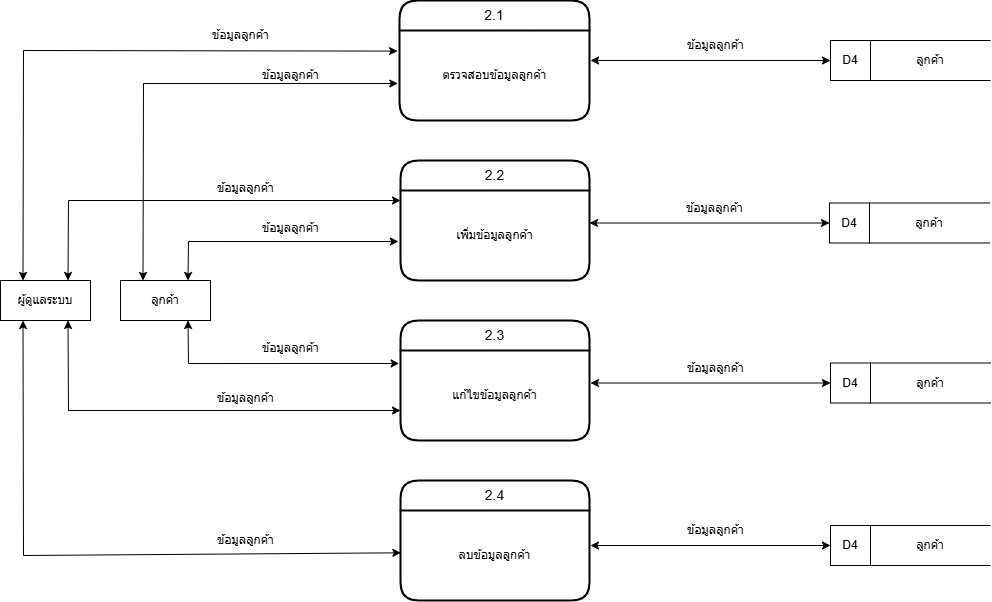
This is docx/diagrams/dataflow-lvl1-2.drawio.png from MrLuciana/devaree_project, a draw.io export, as it was before one commit. Source tidied: cells renumbered, new cells last; positions are measured from the earlier drawing's top-left corner, leaving out a move shared by most shapes.
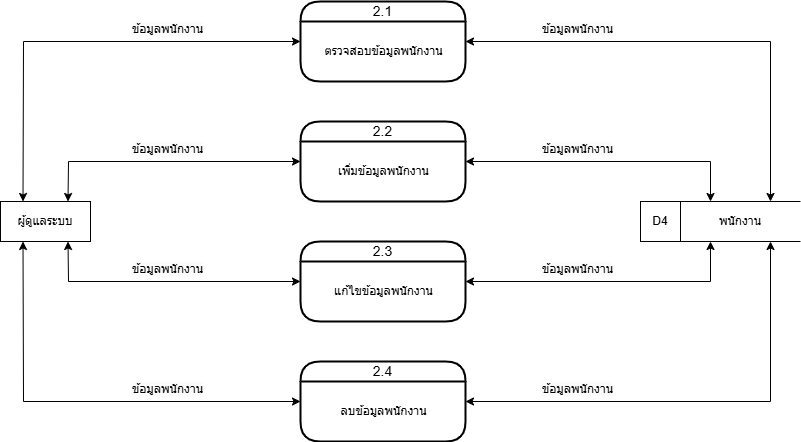
The same diagram one commit later.

What changed in the source:
```diff
@@ -3,161 +3,117 @@
     <mxCell id="0" />
     <mxCell id="1" parent="0" />
     <mxCell id="2" value="ผู้ดูแลระบบ" style="rounded=0;whiteSpace=wrap;html=1;" parent="1" vertex="1">
-      <mxGeometry y="280" width="90" height="40" as="geometry" />
+      <mxGeometry x="110" y="280" width="90" height="40" as="geometry" />
     </mxCell>
-    <mxCell id="3" value="2.1" style="swimlane;horizontal=1;startSize=30;rounded=1;fontSize=14;fontStyle=0;strokeWidth=2;shadow=0;dashed=0;align=center;arcSize=20;whiteSpace=wrap;html=1;swimlaneLine=1;glass=0;" parent="1" vertex="1">
-      <mxGeometry x="399" width="190" height="120" as="geometry" />
+    <mxCell id="3" value="2.1" style="swimlane;horizontal=1;startSize=20;rounded=1;fontSize=14;fontStyle=0;strokeWidth=2;shadow=0;dashed=0;align=center;arcSize=37;whiteSpace=wrap;html=1;" parent="1" vertex="1">
+      <mxGeometry x="410" y="80" width="165" height="80" as="geometry" />
     </mxCell>
-    <mxCell id="4" value="ตรวจสอบข้อมูลลูกค้า" style="text;html=1;align=center;verticalAlign=middle;points=[];strokeColor=none;fillColor=none;" parent="3" vertex="1">
-      <mxGeometry y="30" width="190" height="90" as="geometry" />
-    </mxCell>
+    <mxCell id="42" value="ตรวจสอบข้อมูลพนักงาน" style="text;html=1;align=center;verticalAlign=middle;strokeColor=none;fillColor=none;" parent="3" vertex="1">
+      <mxGeometry y="20" width="165" height="60" as="geometry" />
+    </mxCell>
-    <mxCell id="5" value="2.2" style="swimlane;horizontal=1;startSize=30;rounded=1;fontSize=14;fontStyle=0;strokeWidth=2;shadow=0;dashed=0;align=center;arcSize=20;whiteSpace=wrap;html=1;swimlaneLine=1;glass=0;" parent="1" vertex="1">
-      <mxGeometry x="400" y="160" width="189" height="120" as="geometry" />
+    <mxCell id="5" value="2.2" style="swimlane;horizontal=1;startSize=20;rounded=1;fontSize=14;fontStyle=0;strokeWidth=2;shadow=0;dashed=0;align=center;arcSize=37;whiteSpace=wrap;html=1;" parent="1" vertex="1">
+      <mxGeometry x="410" y="200" width="165" height="80" as="geometry" />
     </mxCell>
-    <mxCell id="6" value="เพิ่มข้อมูลลูกค้า" style="text;html=1;align=center;verticalAlign=middle;points=[];strokeColor=none;fillColor=none;" parent="5" vertex="1">
-      <mxGeometry y="30" width="189" height="90" as="geometry" />
-    </mxCell>
+    <mxCell id="43" value="เพิ่มข้อมูลพนักงาน" style="text;html=1;align=center;verticalAlign=middle;strokeColor=none;fillColor=none;" parent="5" vertex="1">
+      <mxGeometry y="20" width="165" height="60" as="geometry" />
+    </mxCell>
-    <mxCell id="7" value="2.3" style="swimlane;horizontal=1;startSize=30;rounded=1;fontSize=14;fontStyle=0;strokeWidth=2;shadow=0;dashed=0;align=center;arcSize=20;whiteSpace=wrap;html=1;swimlaneLine=1;glass=0;" parent="1" vertex="1">
-      <mxGeometry x="400" y="320" width="189" height="120" as="geometry" />
+    <mxCell id="7" value="2.3" style="swimlane;horizontal=1;startSize=20;rounded=1;fontSize=14;fontStyle=0;strokeWidth=2;shadow=0;dashed=0;align=center;arcSize=37;whiteSpace=wrap;html=1;" parent="1" vertex="1">
+      <mxGeometry x="410" y="320" width="165" height="80" as="geometry" />
     </mxCell>
-    <mxCell id="8" value="แก้ไขข้อมูลลูกค้า" style="text;html=1;align=center;verticalAlign=middle;points=[];strokeColor=none;fillColor=none;" parent="7" vertex="1">
-      <mxGeometry y="30" width="189" height="90" as="geometry" />
-    </mxCell>
+    <mxCell id="44" value="แก้ไขข้อมูลพนักงาน" style="text;html=1;align=center;verticalAlign=middle;strokeColor=none;fillColor=none;" parent="7" vertex="1">
+      <mxGeometry y="20" width="165" height="60" as="geometry" />
+    </mxCell>
-    <mxCell id="9" value="2.4" style="swimlane;horizontal=1;startSize=30;rounded=1;fontSize=14;fontStyle=0;strokeWidth=2;shadow=0;dashed=0;align=center;arcSize=20;whiteSpace=wrap;html=1;swimlaneLine=1;glass=0;" parent="1" vertex="1">
-      <mxGeometry x="400" y="480" width="189" height="120" as="geometry" />
+    <mxCell id="9" value="2.4" style="swimlane;horizontal=1;startSize=20;rounded=1;fontSize=14;fontStyle=0;strokeWidth=2;shadow=0;dashed=0;align=center;arcSize=37;whiteSpace=wrap;html=1;" parent="1" vertex="1">
+      <mxGeometry x="410" y="440" width="165" height="80" as="geometry" />
     </mxCell>
-    <mxCell id="10" value="ลบข้อมูลลูกค้า" style="text;html=1;align=center;verticalAlign=middle;points=[];strokeColor=none;fillColor=none;" parent="9" vertex="1">
-      <mxGeometry y="30" width="189" height="90" as="geometry" />
-    </mxCell>
-    <mxCell id="11" value="ลูกค้า" style="shape=partialRectangle;whiteSpace=wrap;html=1;left=0;right=0;fillColor=none;" parent="1" vertex="1">
-      <mxGeometry x="870" y="40" width="120" height="40" as="geometry" />
-    </mxCell>
-    <mxCell id="12" value="D4" style="rounded=0;whiteSpace=wrap;html=1;" parent="1" vertex="1">
-      <mxGeometry x="830" y="40" width="40" height="40" as="geometry" />
-    </mxCell>
-    <mxCell id="13" style="endArrow=classic;startArrow=classic;html=1;rounded=0;exitX=0.25;exitY=0;exitDx=0;exitDy=0;entryX=-0.01;entryY=0.229;entryDx=0;entryDy=0;entryPerimeter=0;" parent="1" edge="1" source="2" target="4">
-      <mxGeometry relative="1" as="geometry">
-        <Array as="points">
-          <mxPoint x="23" y="50" />
-        </Array>
-      </mxGeometry>
-    </mxCell>
-    <mxCell id="14" style="endArrow=classic;startArrow=classic;html=1;rounded=0;exitX=0.75;exitY=0;exitDx=0;exitDy=0;entryX=0;entryY=0.111;entryDx=0;entryDy=0;entryPerimeter=0;" parent="1" edge="1" source="2" target="6">
-      <mxGeometry relative="1" as="geometry">
-        <Array as="points">
-          <mxPoint x="68" y="200" />
-        </Array>
-      </mxGeometry>
-    </mxCell>
-    <mxCell id="15" style="endArrow=classic;startArrow=classic;html=1;rounded=0;exitX=0.75;exitY=1;exitDx=0;exitDy=0;" parent="1" edge="1" source="2">
-      <mxGeometry relative="1" as="geometry">
-        <mxPoint x="400" y="410" as="targetPoint" />
-        <Array as="points">
-          <mxPoint x="68" y="410" />
-        </Array>
-      </mxGeometry>
-    </mxCell>
-    <mxCell id="16" style="endArrow=classic;startArrow=classic;html=1;rounded=0;exitX=0.25;exitY=1;exitDx=0;exitDy=0;entryX=0.002;entryY=0.47;entryDx=0;entryDy=0;entryPerimeter=0;" parent="1" edge="1" source="2" target="10">
-      <mxGeometry relative="1" as="geometry">
-        <Array as="points">
-          <mxPoint x="23" y="555" />
-        </Array>
-      </mxGeometry>
-    </mxCell>
-    <mxCell id="17" style="endArrow=classic;startArrow=classic;html=1;rounded=0;entryX=0;entryY=0.5;entryDx=0;entryDy=0;" parent="1" edge="1" target="12">
-      <mxGeometry relative="1" as="geometry">
-        <mxPoint x="590" y="60" as="sourcePoint" />
-      </mxGeometry>
-    </mxCell>
-    <mxCell id="18" value="ข้อมูลลูกค้า" style="text;html=1;align=center;verticalAlign=middle;strokeColor=none;fillColor=none;" parent="1" vertex="1">
-      <mxGeometry x="200" y="20" width="80" height="30" as="geometry" />
-    </mxCell>
-    <mxCell id="19" value="ข้อมูลลูกค้า" style="text;html=1;align=center;verticalAlign=middle;strokeColor=none;fillColor=none;" parent="1" vertex="1">
-      <mxGeometry x="205" y="525" width="80" height="30" as="geometry" />
-    </mxCell>
-    <mxCell id="20" value="ข้อมูลลูกค้า" style="text;html=1;align=center;verticalAlign=middle;strokeColor=none;fillColor=none;" parent="1" vertex="1">
-      <mxGeometry x="205" y="382.5" width="80" height="30" as="geometry" />
-    </mxCell>
-    <mxCell id="21" value="ข้อมูลลูกค้า" style="text;html=1;align=center;verticalAlign=middle;strokeColor=none;fillColor=none;" parent="1" vertex="1">
-      <mxGeometry x="205" y="172.5" width="80" height="30" as="geometry" />
-    </mxCell>
-    <mxCell id="22" value="ข้อมูลลูกค้า" style="text;html=1;align=center;verticalAlign=middle;strokeColor=none;fillColor=none;" parent="1" vertex="1">
-      <mxGeometry x="675" y="30" width="80" height="30" as="geometry" />
-    </mxCell>
-    <mxCell id="23" value="ลูกค้า" style="shape=partialRectangle;whiteSpace=wrap;html=1;left=0;right=0;fillColor=none;" parent="1" vertex="1">
-      <mxGeometry x="869" y="202.5" width="120" height="40" as="geometry" />
-    </mxCell>
-    <mxCell id="24" value="D4" style="rounded=0;whiteSpace=wrap;html=1;" parent="1" vertex="1">
-      <mxGeometry x="829" y="202.5" width="40" height="40" as="geometry" />
-    </mxCell>
-    <mxCell id="25" style="endArrow=classic;startArrow=classic;html=1;rounded=0;entryX=0;entryY=0.5;entryDx=0;entryDy=0;" parent="1" edge="1" target="24">
-      <mxGeometry relative="1" as="geometry">
-        <mxPoint x="589" y="222.5" as="sourcePoint" />
-      </mxGeometry>
-    </mxCell>
-    <mxCell id="26" value="ข้อมูลลูกค้า" style="text;html=1;align=center;verticalAlign=middle;strokeColor=none;fillColor=none;" parent="1" vertex="1">
-      <mxGeometry x="674" y="192.5" width="80" height="30" as="geometry" />
-    </mxCell>
-    <mxCell id="27" value="ลูกค้า" style="shape=partialRectangle;whiteSpace=wrap;html=1;left=0;right=0;fillColor=none;" parent="1" vertex="1">
-      <mxGeometry x="870" y="362.5" width="120" height="40" as="geometry" />
-    </mxCell>
-    <mxCell id="28" value="D4" style="rounded=0;whiteSpace=wrap;html=1;" parent="1" vertex="1">
-      <mxGeometry x="830" y="362.5" width="40" height="40" as="geometry" />
-    </mxCell>
-    <mxCell id="29" style="endArrow=classic;startArrow=classic;html=1;rounded=0;entryX=0;entryY=0.5;entryDx=0;entryDy=0;" parent="1" edge="1" target="28">
-      <mxGeometry relative="1" as="geometry">
-        <mxPoint x="590" y="382.5" as="sourcePoint" />
-      </mxGeometry>
-    </mxCell>
-    <mxCell id="30" value="ข้อมูลลูกค้า" style="text;html=1;align=center;verticalAlign=middle;strokeColor=none;fillColor=none;" parent="1" vertex="1">
-      <mxGeometry x="675" y="352.5" width="80" height="30" as="geometry" />
-    </mxCell>
-    <mxCell id="31" value="ลูกค้า" style="shape=partialRectangle;whiteSpace=wrap;html=1;left=0;right=0;fillColor=none;" parent="1" vertex="1">
-      <mxGeometry x="870" y="525" width="120" height="40" as="geometry" />
-    </mxCell>
-    <mxCell id="32" value="D4" style="rounded=0;whiteSpace=wrap;html=1;" parent="1" vertex="1">
-      <mxGeometry x="830" y="525" width="40" height="40" as="geometry" />
-    </mxCell>
-    <mxCell id="33" style="endArrow=classic;startArrow=classic;html=1;rounded=0;entryX=0;entryY=0.5;entryDx=0;entryDy=0;" parent="1" edge="1" target="32">
-      <mxGeometry relative="1" as="geometry">
-        <mxPoint x="590" y="545" as="sourcePoint" />
-      </mxGeometry>
-    </mxCell>
-    <mxCell id="34" value="ข้อมูลลูกค้า" style="text;html=1;align=center;verticalAlign=middle;strokeColor=none;fillColor=none;" parent="1" vertex="1">
-      <mxGeometry x="675" y="515" width="80" height="30" as="geometry" />
-    </mxCell>
-    <mxCell id="35" value="ลูกค้า" style="rounded=0;whiteSpace=wrap;html=1;" parent="1" vertex="1">
-      <mxGeometry x="120" y="280" width="90" height="40" as="geometry" />
-    </mxCell>
-    <mxCell id="36" style="endArrow=classic;startArrow=classic;html=1;rounded=0;exitX=0.75;exitY=0;exitDx=0;exitDy=0;entryX=-0.011;entryY=0.567;entryDx=0;entryDy=0;entryPerimeter=0;" parent="1" edge="1" source="35" target="6">
-      <mxGeometry relative="1" as="geometry">
-        <Array as="points">
-          <mxPoint x="188" y="241" />
-        </Array>
-      </mxGeometry>
-    </mxCell>
-    <mxCell id="37" style="endArrow=classic;startArrow=classic;html=1;rounded=0;exitX=0.75;exitY=1;exitDx=0;exitDy=0;entryX=-0.007;entryY=0.144;entryDx=0;entryDy=0;entryPerimeter=0;" parent="1" edge="1" source="35" target="8">
-      <mxGeometry relative="1" as="geometry">
-        <Array as="points">
-          <mxPoint x="188" y="363" />
-        </Array>
-      </mxGeometry>
-    </mxCell>
-    <mxCell id="38" value="ข้อมูลลูกค้า" style="text;html=1;align=center;verticalAlign=middle;strokeColor=none;fillColor=none;" parent="1" vertex="1">
-      <mxGeometry x="250" y="212.5" width="80" height="30" as="geometry" />
-    </mxCell>
-    <mxCell id="39" value="ข้อมูลลูกค้า" style="text;html=1;align=center;verticalAlign=middle;strokeColor=none;fillColor=none;" parent="1" vertex="1">
-      <mxGeometry x="250" y="332.5" width="80" height="30" as="geometry" />
-    </mxCell>
-    <mxCell id="40" style="endArrow=classic;startArrow=classic;html=1;rounded=0;exitX=0.25;exitY=0;exitDx=0;exitDy=0;entryX=-0.009;entryY=0.589;entryDx=0;entryDy=0;entryPerimeter=0;" parent="1" edge="1" source="35" target="4">
-      <mxGeometry relative="1" as="geometry">
-        <Array as="points">
-          <mxPoint x="143" y="83" />
-        </Array>
-      </mxGeometry>
-    </mxCell>
-    <mxCell id="41" value="ข้อมูลลูกค้า" style="text;html=1;align=center;verticalAlign=middle;strokeColor=none;fillColor=none;" parent="1" vertex="1">
-      <mxGeometry x="250" y="60" width="80" height="30" as="geometry" />
-    </mxCell>
+    <mxCell id="45" value="ลบข้อมูลพนักงาน" style="text;html=1;align=center;verticalAlign=middle;strokeColor=none;fillColor=none;" parent="9" vertex="1">
+      <mxGeometry y="20" width="165" height="60" as="geometry" />
+    </mxCell>
+    <mxCell id="46" value="พนักงาน" style="shape=partialRectangle;whiteSpace=wrap;html=1;left=0;right=0;fillColor=none;" parent="1" vertex="1">
+      <mxGeometry x="790" y="280" width="120" height="40" as="geometry" />
+    </mxCell>
+    <mxCell id="47" value="D4" style="rounded=0;whiteSpace=wrap;html=1;" parent="1" vertex="1">
+      <mxGeometry x="750" y="280" width="40" height="40" as="geometry" />
+    </mxCell>
+    <mxCell id="48" style="endArrow=classic;startArrow=classic;html=1;rounded=0;exitX=0.25;exitY=0;exitDx=0;exitDy=0;entryX=0;entryY=0.5;entryDx=0;entryDy=0;" parent="1" edge="1" source="2" target="3">
+      <mxGeometry relative="1" as="geometry">
+        <Array as="points">
+          <mxPoint x="133" y="120" />
+        </Array>
+      </mxGeometry>
+    </mxCell>
+    <mxCell id="49" style="endArrow=classic;startArrow=classic;html=1;rounded=0;exitX=0.75;exitY=0;exitDx=0;exitDy=0;entryX=0;entryY=0.5;entryDx=0;entryDy=0;" parent="1" edge="1" source="2" target="5">
+      <mxGeometry relative="1" as="geometry">
+        <Array as="points">
+          <mxPoint x="178" y="240" />
+        </Array>
+      </mxGeometry>
+    </mxCell>
+    <mxCell id="50" style="endArrow=classic;startArrow=classic;html=1;rounded=0;exitX=0.75;exitY=1;exitDx=0;exitDy=0;entryX=0;entryY=0.5;entryDx=0;entryDy=0;" parent="1" edge="1" source="2" target="7">
+      <mxGeometry relative="1" as="geometry">
+        <Array as="points">
+          <mxPoint x="178" y="360" />
+        </Array>
+      </mxGeometry>
+    </mxCell>
+    <mxCell id="51" style="endArrow=classic;startArrow=classic;html=1;rounded=0;exitX=0.25;exitY=1;exitDx=0;exitDy=0;entryX=0;entryY=0.5;entryDx=0;entryDy=0;" parent="1" edge="1" source="2" target="9">
+      <mxGeometry relative="1" as="geometry">
+        <Array as="points">
+          <mxPoint x="133" y="480" />
+        </Array>
+      </mxGeometry>
+    </mxCell>
+    <mxCell id="52" style="endArrow=classic;startArrow=classic;html=1;rounded=0;entryX=1;entryY=0.5;entryDx=0;entryDy=0;exitX=0.75;exitY=0;exitDx=0;exitDy=0;" parent="1" edge="1" source="46" target="3">
+      <mxGeometry relative="1" as="geometry">
+        <Array as="points">
+          <mxPoint x="880" y="120" />
+        </Array>
+      </mxGeometry>
+    </mxCell>
+    <mxCell id="53" style="endArrow=classic;startArrow=classic;html=1;rounded=0;entryX=1;entryY=0.5;entryDx=0;entryDy=0;exitX=0.25;exitY=0;exitDx=0;exitDy=0;" parent="1" edge="1" source="46" target="5">
+      <mxGeometry relative="1" as="geometry">
+        <Array as="points">
+          <mxPoint x="820" y="240" />
+        </Array>
+      </mxGeometry>
+    </mxCell>
+    <mxCell id="54" style="endArrow=classic;startArrow=classic;html=1;rounded=0;exitX=1;exitY=0.5;exitDx=0;exitDy=0;entryX=0.25;entryY=1;entryDx=0;entryDy=0;" parent="1" edge="1" source="7" target="46">
+      <mxGeometry relative="1" as="geometry">
+        <Array as="points">
+          <mxPoint x="820" y="360" />
+        </Array>
+      </mxGeometry>
+    </mxCell>
+    <mxCell id="55" style="endArrow=classic;startArrow=classic;html=1;rounded=0;exitX=1;exitY=0.5;exitDx=0;exitDy=0;entryX=0.75;entryY=1;entryDx=0;entryDy=0;" parent="1" edge="1" source="9" target="46">
+      <mxGeometry relative="1" as="geometry">
+        <Array as="points">
+          <mxPoint x="880" y="480" />
+        </Array>
+      </mxGeometry>
+    </mxCell>
+    <mxCell id="56" value="&#10;&lt;span style=&quot;color: rgb(0, 0, 0); font-family: Helvetica; font-size: 12px; font-style: normal; font-variant-ligatures: normal; font-variant-caps: normal; font-weight: 400; letter-spacing: normal; orphans: 2; text-align: center; text-indent: 0px; text-transform: none; widows: 2; word-spacing: 0px; -webkit-text-stroke-width: 0px; white-space: nowrap; background-color: rgb(251, 251, 251); text-decoration-thickness: initial; text-decoration-style: initial; text-decoration-color: initial; display: inline !important; float: none;&quot;&gt;ข้อมูลพนักงาน&lt;/span&gt;&#10;&#10;" style="text;whiteSpace=wrap;html=1;" parent="1" vertex="1">
+      <mxGeometry x="240" y="80" width="100" height="40" as="geometry" />
+    </mxCell>
+    <mxCell id="57" value="&#10;&lt;span style=&quot;color: rgb(0, 0, 0); font-family: Helvetica; font-size: 12px; font-style: normal; font-variant-ligatures: normal; font-variant-caps: normal; font-weight: 400; letter-spacing: normal; orphans: 2; text-align: center; text-indent: 0px; text-transform: none; widows: 2; word-spacing: 0px; -webkit-text-stroke-width: 0px; white-space: nowrap; background-color: rgb(251, 251, 251); text-decoration-thickness: initial; text-decoration-style: initial; text-decoration-color: initial; display: inline !important; float: none;&quot;&gt;ข้อมูลพนักงาน&lt;/span&gt;&#10;&#10;" style="text;whiteSpace=wrap;html=1;" parent="1" vertex="1">
+      <mxGeometry x="240" y="200" width="100" height="40" as="geometry" />
+    </mxCell>
+    <mxCell id="58" value="&#10;&lt;span style=&quot;color: rgb(0, 0, 0); font-family: Helvetica; font-size: 12px; font-style: normal; font-variant-ligatures: normal; font-variant-caps: normal; font-weight: 400; letter-spacing: normal; orphans: 2; text-align: center; text-indent: 0px; text-transform: none; widows: 2; word-spacing: 0px; -webkit-text-stroke-width: 0px; white-space: nowrap; background-color: rgb(251, 251, 251); text-decoration-thickness: initial; text-decoration-style: initial; text-decoration-color: initial; display: inline !important; float: none;&quot;&gt;ข้อมูลพนักงาน&lt;/span&gt;&#10;&#10;" style="text;whiteSpace=wrap;html=1;" parent="1" vertex="1">
+      <mxGeometry x="240" y="320" width="100" height="40" as="geometry" />
+    </mxCell>
+    <mxCell id="59" value="&#10;&lt;span style=&quot;color: rgb(0, 0, 0); font-family: Helvetica; font-size: 12px; font-style: normal; font-variant-ligatures: normal; font-variant-caps: normal; font-weight: 400; letter-spacing: normal; orphans: 2; text-align: center; text-indent: 0px; text-transform: none; widows: 2; word-spacing: 0px; -webkit-text-stroke-width: 0px; white-space: nowrap; background-color: rgb(251, 251, 251); text-decoration-thickness: initial; text-decoration-style: initial; text-decoration-color: initial; display: inline !important; float: none;&quot;&gt;ข้อมูลพนักงาน&lt;/span&gt;&#10;&#10;" style="text;whiteSpace=wrap;html=1;" parent="1" vertex="1">
+      <mxGeometry x="240" y="440" width="100" height="40" as="geometry" />
+    </mxCell>
+    <mxCell id="60" value="&#10;&lt;span style=&quot;color: rgb(0, 0, 0); font-family: Helvetica; font-size: 12px; font-style: normal; font-variant-ligatures: normal; font-variant-caps: normal; font-weight: 400; letter-spacing: normal; orphans: 2; text-align: center; text-indent: 0px; text-transform: none; widows: 2; word-spacing: 0px; -webkit-text-stroke-width: 0px; white-space: nowrap; background-color: rgb(251, 251, 251); text-decoration-thickness: initial; text-decoration-style: initial; text-decoration-color: initial; display: inline !important; float: none;&quot;&gt;ข้อมูลพนักงาน&lt;/span&gt;&#10;&#10;" style="text;whiteSpace=wrap;html=1;" parent="1" vertex="1">
+      <mxGeometry x="650" y="80" width="100" height="40" as="geometry" />
+    </mxCell>
+    <mxCell id="61" value="&#10;&lt;span style=&quot;color: rgb(0, 0, 0); font-family: Helvetica; font-size: 12px; font-style: normal; font-variant-ligatures: normal; font-variant-caps: normal; font-weight: 400; letter-spacing: normal; orphans: 2; text-align: center; text-indent: 0px; text-transform: none; widows: 2; word-spacing: 0px; -webkit-text-stroke-width: 0px; white-space: nowrap; background-color: rgb(251, 251, 251); text-decoration-thickness: initial; text-decoration-style: initial; text-decoration-color: initial; display: inline !important; float: none;&quot;&gt;ข้อมูลพนักงาน&lt;/span&gt;&#10;&#10;" style="text;whiteSpace=wrap;html=1;" parent="1" vertex="1">
+      <mxGeometry x="650" y="200" width="100" height="40" as="geometry" />
+    </mxCell>
+    <mxCell id="62" value="&#10;&lt;span style=&quot;color: rgb(0, 0, 0); font-family: Helvetica; font-size: 12px; font-style: normal; font-variant-ligatures: normal; font-variant-caps: normal; font-weight: 400; letter-spacing: normal; orphans: 2; text-align: center; text-indent: 0px; text-transform: none; widows: 2; word-spacing: 0px; -webkit-text-stroke-width: 0px; white-space: nowrap; background-color: rgb(251, 251, 251); text-decoration-thickness: initial; text-decoration-style: initial; text-decoration-color: initial; display: inline !important; float: none;&quot;&gt;ข้อมูลพนักงาน&lt;/span&gt;&#10;&#10;" style="text;whiteSpace=wrap;html=1;" parent="1" vertex="1">
+      <mxGeometry x="650" y="320" width="100" height="40" as="geometry" />
+    </mxCell>
+    <mxCell id="63" value="&#10;&lt;span style=&quot;color: rgb(0, 0, 0); font-family: Helvetica; font-size: 12px; font-style: normal; font-variant-ligatures: normal; font-variant-caps: normal; font-weight: 400; letter-spacing: normal; orphans: 2; text-align: center; text-indent: 0px; text-transform: none; widows: 2; word-spacing: 0px; -webkit-text-stroke-width: 0px; white-space: nowrap; background-color: rgb(251, 251, 251); text-decoration-thickness: initial; text-decoration-style: initial; text-decoration-color: initial; display: inline !important; float: none;&quot;&gt;ข้อมูลพนักงาน&lt;/span&gt;&#10;&#10;" style="text;whiteSpace=wrap;html=1;" parent="1" vertex="1">
+      <mxGeometry x="650" y="440" width="100" height="40" as="geometry" />
+    </mxCell>
   </root>
 </mxGraphModel>
```
